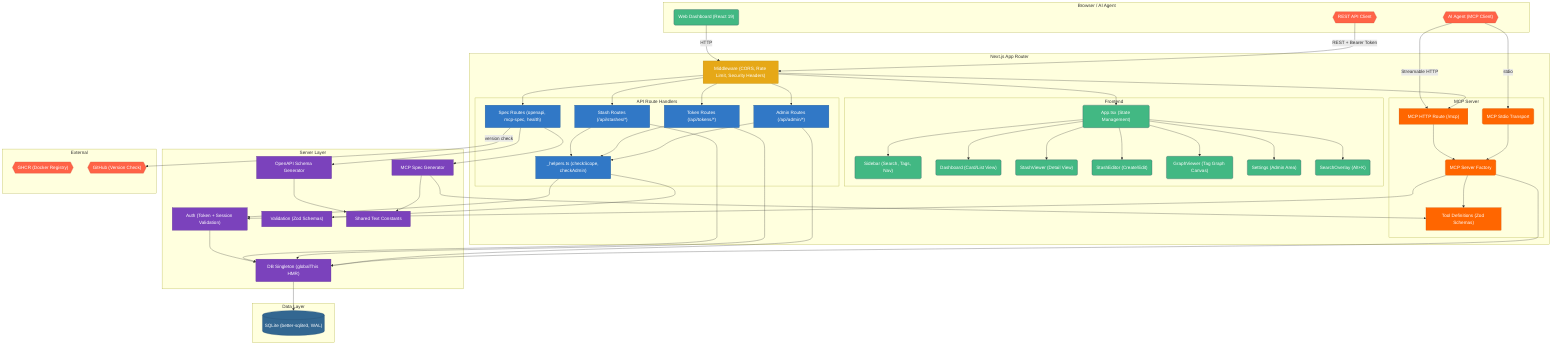
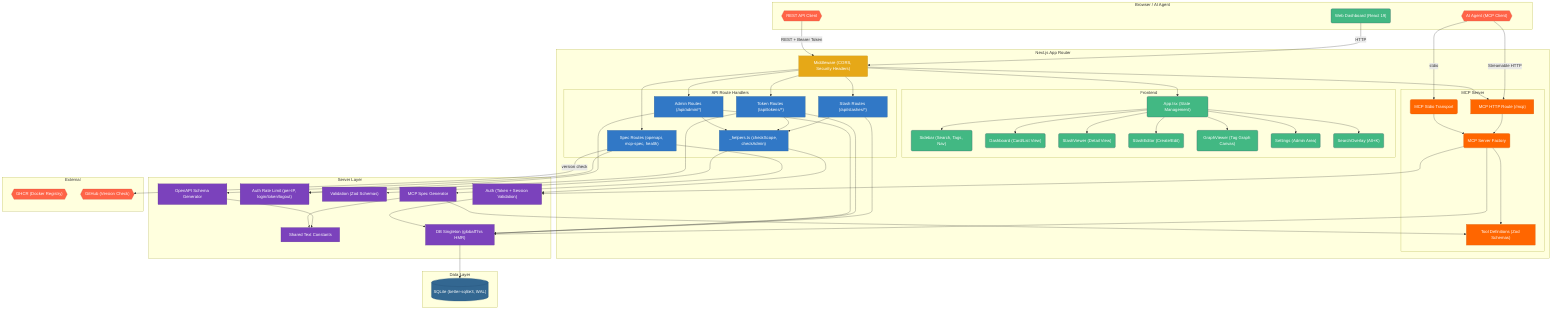
flowchart TD
    subgraph "Browser / AI Agent"
        Browser("Web Dashboard (React 19)")
        AIAgent{{"AI Agent (MCP Client)"}}
        APIClient{{"REST API Client"}}
    end

    subgraph "Next.js App Router"
-         Middleware["Middleware (CORS, Rate Limit, Security Headers)"]
+         Middleware["Middleware (CORS, Security Headers)"]

        subgraph "Frontend"
            AppRoot("App.tsx (State Management)")
            Sidebar("Sidebar (Search, Tags, Nav)")
            Dashboard("Dashboard (Card/List View)")
            StashViewer("StashViewer (Detail View)")
            StashEditor("StashEditor (Create/Edit)")
            GraphViewer("GraphViewer (Tag Graph Canvas)")
            Settings("Settings (Admin Area)")
            SearchOverlay("SearchOverlay (Alt+K)")
        end

        subgraph "API Route Handlers"
            Helpers["_helpers.ts (checkScope, checkAdmin)"]
            StashRoutes["Stash Routes (/api/stashes/*)"]
            TokenRoutes["Token Routes (/api/tokens/*)"]
            AdminRoutes["Admin Routes (/api/admin/*)"]
            SpecRoutes["Spec Routes (openapi, mcp-spec, health)"]
        end

        subgraph "MCP Server"
            MCPRoute["MCP HTTP Route (/mcp)"]
            MCPServer("MCP Server Factory")
            ToolDefs["Tool Definitions (Zod Schemas)"]
            MCPStdio("MCP Stdio Transport")
        end
    end

    subgraph "Server Layer"
        Auth["Auth (Token + Session Validation)"]
+         AuthRateLimit["Auth Rate Limit (per-IP, login/token/logout)"]
        Validation["Validation (Zod Schemas)"]
        SharedText["Shared Text Constants"]
        OpenAPI["OpenAPI Schema Generator"]
        MCPSpec["MCP Spec Generator"]
        DBSingleton["DB Singleton (globalThis HMR)"]
    end

    subgraph "Data Layer"
        DB[("SQLite (better-sqlite3, WAL)")]
    end

    subgraph "External"
        GHCR{{"GHCR (Docker Registry)"}}
        GitHub{{"GitHub (Version Check)"}}
    end

    Browser -->|"HTTP"| Middleware
    AIAgent -->|"Streamable HTTP"| MCPRoute
    AIAgent -->|"stdio"| MCPStdio
    APIClient -->|"REST + Bearer Token"| Middleware

    Middleware --> AppRoot
    Middleware --> StashRoutes
    Middleware --> TokenRoutes
    Middleware --> AdminRoutes
    Middleware --> SpecRoutes
    Middleware --> MCPRoute

    AppRoot --> Sidebar
    AppRoot --> Dashboard
    AppRoot --> StashViewer
    AppRoot --> StashEditor
    AppRoot --> GraphViewer
    AppRoot --> Settings
    AppRoot --> SearchOverlay

    StashRoutes --> Helpers
    TokenRoutes --> Helpers
    AdminRoutes --> Helpers
+     TokenRoutes --> AuthRateLimit
+     AdminRoutes --> AuthRateLimit
    Helpers --> Auth
    Helpers --> Validation

    MCPRoute --> MCPServer
    MCPStdio --> MCPServer
    MCPServer --> ToolDefs
    MCPServer --> Auth

    SpecRoutes --> OpenAPI
    SpecRoutes --> MCPSpec
    MCPSpec --> ToolDefs
    OpenAPI --> SharedText
    MCPSpec --> SharedText

    Auth --> DBSingleton
    StashRoutes --> DBSingleton
    TokenRoutes --> DBSingleton
    AdminRoutes --> DBSingleton
    MCPServer --> DBSingleton
    DBSingleton --> DB

    SpecRoutes -->|"version check"| GitHub

    click Browser "src/App.tsx"
    click AppRoot "src/App.tsx"
    click Sidebar "src/components/Sidebar.tsx"
    click Dashboard "src/components/Dashboard.tsx"
    click StashViewer "src/components/StashViewer.tsx"
    click StashEditor "src/components/editor/StashEditor.tsx"
    click GraphViewer "src/components/GraphViewer.tsx"
    click Settings "src/components/Settings.tsx"
    click SearchOverlay "src/components/SearchOverlay.tsx"
    click Middleware "src/middleware.ts"
    click Helpers "src/app/api/_helpers.ts"
    click StashRoutes "src/app/api/stashes"
    click TokenRoutes "src/app/api/tokens"
    click AdminRoutes "src/app/api/admin"
    click SpecRoutes "src/app/api/openapi"
    click MCPRoute "src/app/mcp/route.ts"
    click MCPServer "src/server/mcp-server.ts"
    click ToolDefs "src/server/tool-defs.ts"
    click MCPStdio "src/server/mcp.ts"
    click Auth "src/server/auth.ts"
+     click AuthRateLimit "src/server/auth-rate-limit.ts"
    click Validation "src/server/validation.ts"
    click SharedText "src/server/shared-text.ts"
    click OpenAPI "src/server/openapi.ts"
    click MCPSpec "src/server/mcp-spec.ts"
    click DBSingleton "src/server/singleton.ts"
    click DB "src/server/db.ts"

    classDef frontend fill:#42b883,stroke:#35495e,color:#fff
    classDef backend fill:#3178c6,stroke:#265a8f,color:#fff
    classDef database fill:#336791,stroke:#264d73,color:#fff
    classDef mcp fill:#ff6600,stroke:#cc5200,color:#fff
    classDef server fill:#7b42bc,stroke:#5e338f,color:#fff
    classDef external fill:#ff6347,stroke:#cc4f39,color:#fff
    classDef middleware fill:#e6a817,stroke:#b8860b,color:#fff

    class Browser,AppRoot,Sidebar,Dashboard,StashViewer,StashEditor,GraphViewer,Settings,SearchOverlay frontend
    class Helpers,StashRoutes,TokenRoutes,AdminRoutes,SpecRoutes backend
    class MCPRoute,MCPServer,ToolDefs,MCPStdio mcp
-     class Auth,Validation,SharedText,OpenAPI,MCPSpec,DBSingleton server
+     class Auth,AuthRateLimit,Validation,SharedText,OpenAPI,MCPSpec,DBSingleton server
    class DB database
    class GHCR,GitHub,AIAgent,APIClient external
    class Middleware middleware
